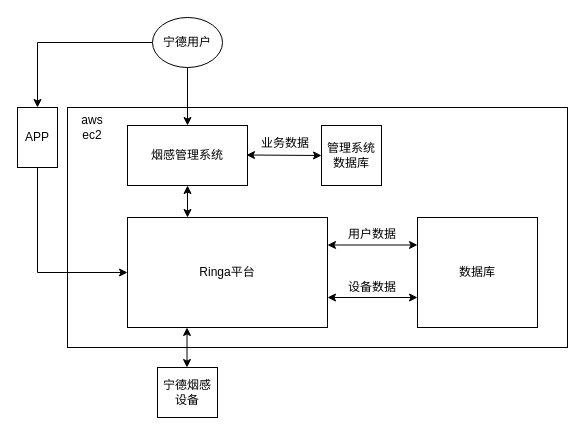
Earlier version of the draw.io diagram 宁德烟感私有化方案.drawio (DcBunny/experience-summary). Source tidied: cells renumbered, new cells numbered last; positions are measured from the earlier drawing's top-left corner, leaving out a move shared by most shapes. Both pictures are drawn from the tidied source at 100%, with x=0, y=0 at pixel (17, 17).
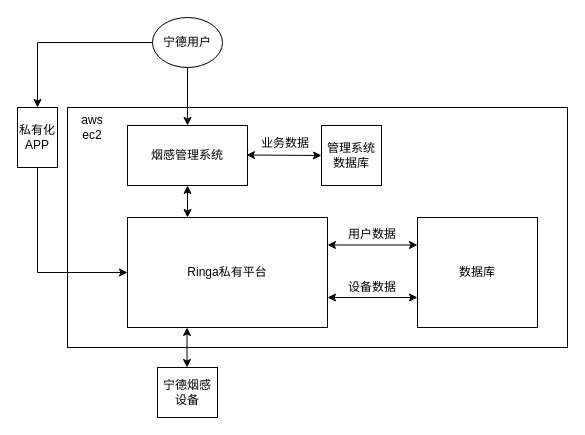
The same diagram, later.

Commit message (it also covers changes not shown here):
Update 宁德烟感私有化方案.drawio

Change to the diagram source:
```diff
@@
-    <mxCell id="3" value="Ringa平台" style="rounded=0;whiteSpace=wrap;html=1;" parent="1" vertex="1">
+    <mxCell id="3" value="Ringa私有平台" style="rounded=0;whiteSpace=wrap;html=1;" parent="1" vertex="1">
       <mxGeometry x="110" y="200" width="200" height="110" as="geometry" />
     </mxCell>
@@
-    <mxCell id="5" value="APP" style="rounded=0;whiteSpace=wrap;html=1;" parent="1" vertex="1">
+    <mxCell id="5" value="私有化&lt;br&gt;APP" style="rounded=0;whiteSpace=wrap;html=1;" parent="1" vertex="1">
       <mxGeometry y="90" width="40" height="60" as="geometry" />
     </mxCell>
```
